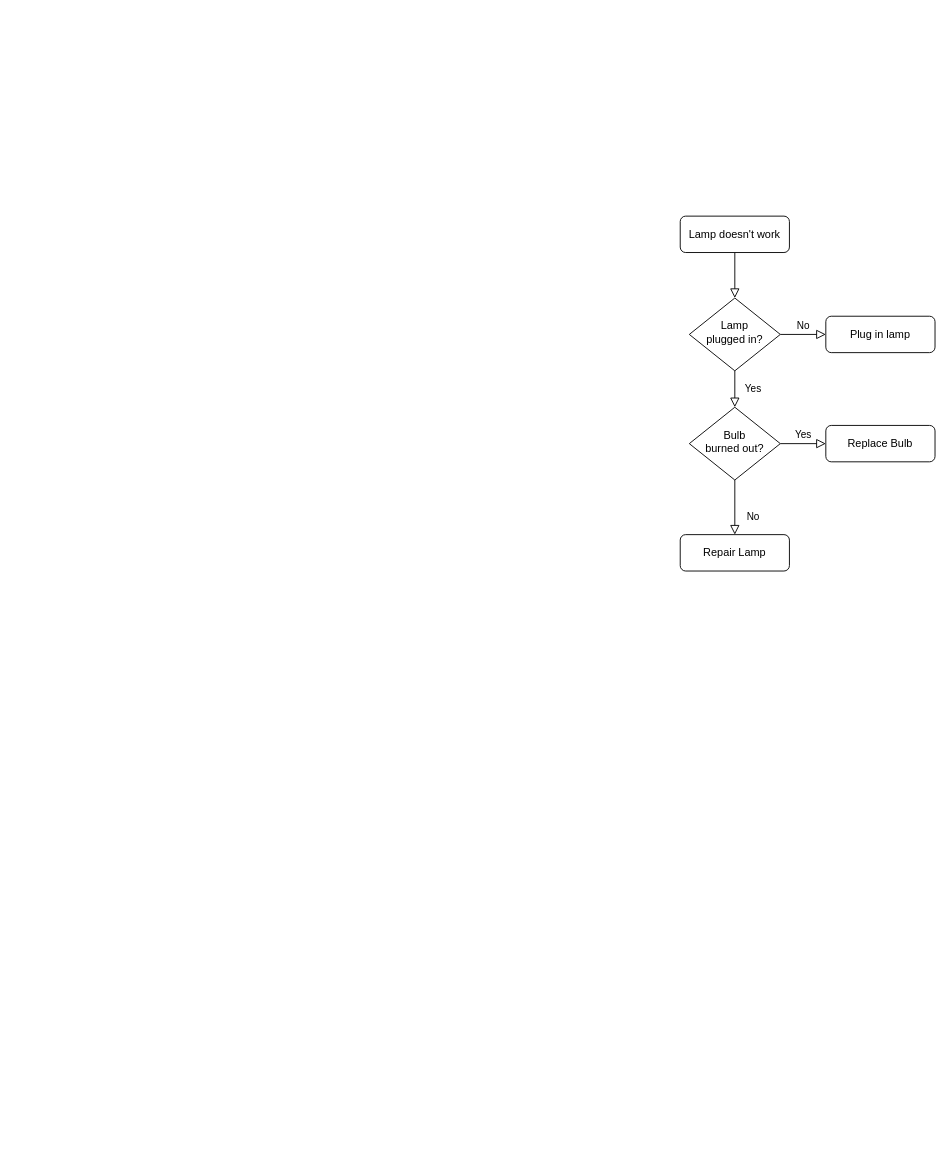
The draw.io diagram transdetail.drawio in Alphathur/diagram, before the edit. Source tidied: cells renumbered, new cells numbered last; positions are measured from the earlier drawing's top-left corner, leaving out a move shared by most shapes. Both pictures are drawn from the tidied source at 91%, with x=0, y=0 at pixel (680, 216).
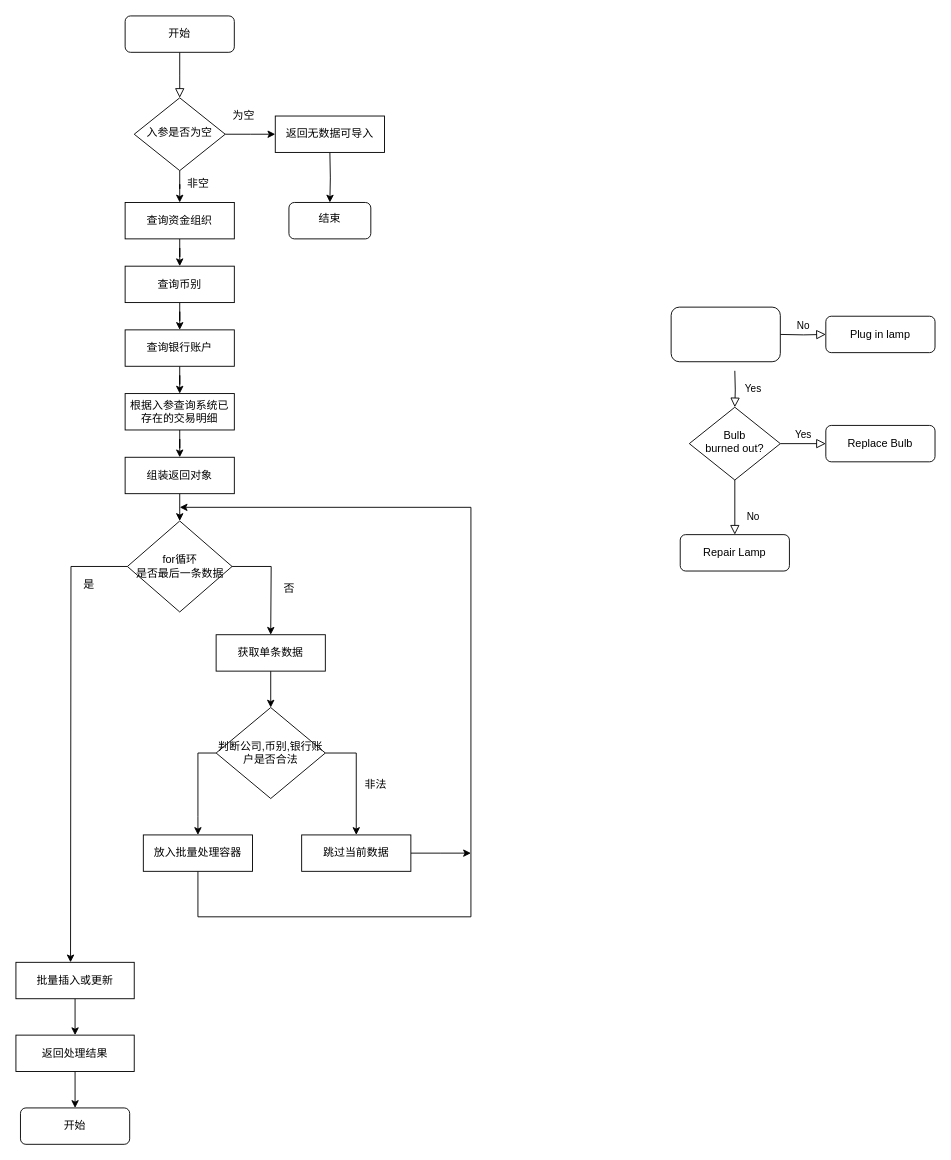
After the change.

Unchanged cells that the change refers to:
```xml
<mxCell id="7" value="Plug in lamp" style="rounded=1;whiteSpace=wrap;html=1;fontSize=12;glass=0;strokeWidth=1;shadow=0;" parent="1" vertex="1">
  <mxGeometry x="160" y="110" width="120" height="40" as="geometry" />
</mxCell>
<mxCell id="10" value="Bulb&lt;br&gt;burned out?" style="rhombus;whiteSpace=wrap;html=1;shadow=0;fontFamily=Helvetica;fontSize=12;align=center;strokeWidth=1;spacing=6;spacingTop=-4;" parent="1" vertex="1">
  <mxGeometry x="10" y="210" width="100" height="80" as="geometry" />
</mxCell>
```

Change to the diagram source:
```diff
@@
-    <mxCell id="2" style="rounded=0;html=1;jettySize=auto;fontSize=11;endArrow=block;endFill=0;endSize=8;strokeWidth=1;shadow=0;labelBackgroundColor=none;edgeStyle=orthogonalEdgeStyle;" parent="1" edge="1" source="3" target="6">
-      <mxGeometry relative="1" as="geometry" />
+    <mxCell id="2" style="rounded=0;html=1;jettySize=auto;fontSize=11;endArrow=block;endFill=0;endSize=8;strokeWidth=1;shadow=0;labelBackgroundColor=none;edgeStyle=orthogonalEdgeStyle;" parent="1" edge="1" source="3">
+      <mxGeometry relative="1" as="geometry">
+        <mxPoint x="-550" y="-130" as="targetPoint" />
+      </mxGeometry>
     </mxCell>
-    <mxCell id="3" value="Lamp doesn't work" style="rounded=1;whiteSpace=wrap;html=1;fontSize=12;glass=0;strokeWidth=1;shadow=0;" parent="1" vertex="1">
-      <mxGeometry width="120" height="40" as="geometry" />
+    <mxCell id="3" value="开始" style="rounded=1;whiteSpace=wrap;html=1;fontSize=12;glass=0;strokeWidth=1;shadow=0;" parent="1" vertex="1">
+      <mxGeometry x="-610" y="-220" width="120" height="40" as="geometry" />
     </mxCell>
-    <mxCell id="4" value="Yes" style="rounded=0;html=1;jettySize=auto;fontSize=11;endArrow=block;endFill=0;endSize=8;strokeWidth=1;shadow=0;labelBackgroundColor=none;edgeStyle=orthogonalEdgeStyle;" parent="1" edge="1" source="6" target="10">
-      <mxGeometry y="20" relative="1" as="geometry" />
+    <mxCell id="4" value="Yes" style="rounded=0;html=1;jettySize=auto;fontSize=11;endArrow=block;endFill=0;endSize=8;strokeWidth=1;shadow=0;labelBackgroundColor=none;edgeStyle=orthogonalEdgeStyle;" parent="1" edge="1" target="10">
+      <mxGeometry y="20" relative="1" as="geometry">
+        <mxPoint x="60" y="170" as="sourcePoint" />
+      </mxGeometry>
     </mxCell>
-    <mxCell id="5" value="No" style="edgeStyle=orthogonalEdgeStyle;rounded=0;html=1;jettySize=auto;fontSize=11;endArrow=block;endFill=0;endSize=8;strokeWidth=1;shadow=0;labelBackgroundColor=none;" parent="1" edge="1" source="6" target="7">
-      <mxGeometry y="10" relative="1" as="geometry" />
+    <mxCell id="5" value="No" style="edgeStyle=orthogonalEdgeStyle;rounded=0;html=1;jettySize=auto;fontSize=11;endArrow=block;endFill=0;endSize=8;strokeWidth=1;shadow=0;labelBackgroundColor=none;" parent="1" edge="1" target="7">
+      <mxGeometry y="10" relative="1" as="geometry">
+        <mxPoint x="110" y="130" as="sourcePoint" />
+      </mxGeometry>
     </mxCell>
-    <mxCell id="6" value="Lamp&lt;br&gt;plugged in?" style="rhombus;whiteSpace=wrap;html=1;shadow=0;fontFamily=Helvetica;fontSize=12;align=center;strokeWidth=1;spacing=6;spacingTop=-4;" parent="1" vertex="1">
-      <mxGeometry x="10" y="90" width="100" height="80" as="geometry" />
-    </mxCell>
@@
+    <mxCell id="13" style="rounded=1;whiteSpace=wrap;html=1;" parent="1" vertex="1">
+      <mxGeometry x="-10" y="100" width="120" height="60" as="geometry" />
+    </mxCell>
+    <mxCell id="14" style="edgeStyle=orthogonalEdgeStyle;rounded=0;jettySize=auto;html=1;" parent="1" edge="1" source="16">
+      <mxGeometry relative="1" as="geometry">
+        <mxPoint x="-445" y="-90" as="targetPoint" />
+      </mxGeometry>
+    </mxCell>
+    <mxCell id="15" style="edgeStyle=orthogonalEdgeStyle;rounded=0;jettySize=auto;html=1;entryX=0.5;entryY=0;entryDx=0;entryDy=0;" parent="1" edge="1" source="16" target="22">
+      <mxGeometry relative="1" as="geometry" />
+    </mxCell>
+    <mxCell id="16" value="入参是否为空" style="rhombus;whiteSpace=wrap;html=1;shadow=0;fontFamily=Helvetica;fontSize=12;align=center;strokeWidth=1;spacing=6;spacingTop=-4;" parent="1" vertex="1">
+      <mxGeometry x="-600" y="-130" width="100" height="80" as="geometry" />
+    </mxCell>
+    <mxCell id="17" value="非空" style="text;html=1;align=center;verticalAlign=middle;strokeColor=none;fillColor=none;" parent="1" vertex="1">
+      <mxGeometry x="-555" y="-50" width="50" height="30" as="geometry" />
+    </mxCell>
+    <mxCell id="18" style="edgeStyle=orthogonalEdgeStyle;rounded=0;jettySize=auto;html=1;" parent="1" edge="1" target="19">
+      <mxGeometry relative="1" as="geometry">
+        <mxPoint x="-385" y="-70" as="sourcePoint" />
+      </mxGeometry>
+    </mxCell>
+    <mxCell id="19" value="结束" style="rounded=1;whiteSpace=wrap;html=1;shadow=0;strokeWidth=1;spacing=6;spacingTop=-4;" parent="1" vertex="1">
+      <mxGeometry x="-430" y="-15" width="90" height="40" as="geometry" />
+    </mxCell>
+    <mxCell id="20" value="返回无数据可导入" style="rounded=0;whiteSpace=wrap;html=1;" parent="1" vertex="1">
+      <mxGeometry x="-445" y="-110" width="120" height="40" as="geometry" />
+    </mxCell>
+    <mxCell id="21" style="edgeStyle=orthogonalEdgeStyle;rounded=0;jettySize=auto;html=1;" parent="1" edge="1" source="22" target="25">
+      <mxGeometry relative="1" as="geometry" />
+    </mxCell>
+    <mxCell id="22" value="查询资金组织" style="rounded=0;whiteSpace=wrap;html=1;" parent="1" vertex="1">
+      <mxGeometry x="-610" y="-15" width="120" height="40" as="geometry" />
+    </mxCell>
+    <mxCell id="23" value="为空" style="text;html=1;align=center;verticalAlign=middle;strokeColor=none;fillColor=none;" parent="1" vertex="1">
+      <mxGeometry x="-505" y="-125" width="50" height="30" as="geometry" />
+    </mxCell>
+    <mxCell id="24" style="edgeStyle=orthogonalEdgeStyle;rounded=0;jettySize=auto;html=1;" parent="1" edge="1" source="25" target="27">
+      <mxGeometry relative="1" as="geometry" />
+    </mxCell>
+    <mxCell id="25" value="查询币别" style="rounded=0;whiteSpace=wrap;html=1;" parent="1" vertex="1">
+      <mxGeometry x="-610" y="55" width="120" height="40" as="geometry" />
+    </mxCell>
+    <mxCell id="26" style="edgeStyle=orthogonalEdgeStyle;rounded=0;jettySize=auto;html=1;" parent="1" edge="1" source="27" target="29">
+      <mxGeometry relative="1" as="geometry" />
+    </mxCell>
+    <mxCell id="27" value="查询银行账户" style="rounded=0;whiteSpace=wrap;html=1;" parent="1" vertex="1">
+      <mxGeometry x="-610" y="125" width="120" height="40" as="geometry" />
+    </mxCell>
+    <mxCell id="28" style="edgeStyle=orthogonalEdgeStyle;rounded=0;jettySize=auto;html=1;" parent="1" edge="1" source="29" target="31">
+      <mxGeometry relative="1" as="geometry" />
+    </mxCell>
+    <mxCell id="29" value="根据入参查询系统已存在的交易明细" style="rounded=0;whiteSpace=wrap;html=1;" parent="1" vertex="1">
+      <mxGeometry x="-610" y="195" width="120" height="40" as="geometry" />
+    </mxCell>
+    <mxCell id="30" style="edgeStyle=orthogonalEdgeStyle;rounded=0;jettySize=auto;html=1;" parent="1" edge="1" source="31">
+      <mxGeometry relative="1" as="geometry">
+        <mxPoint x="-550" y="335" as="targetPoint" />
+      </mxGeometry>
+    </mxCell>
+    <mxCell id="31" value="组装返回对象" style="rounded=0;whiteSpace=wrap;html=1;" parent="1" vertex="1">
+      <mxGeometry x="-610" y="265" width="120" height="40" as="geometry" />
+    </mxCell>
+    <mxCell id="32" style="edgeStyle=orthogonalEdgeStyle;rounded=0;jettySize=auto;html=1;" parent="1" edge="1" source="34">
+      <mxGeometry relative="1" as="geometry">
+        <mxPoint x="-450" y="460" as="targetPoint" />
+      </mxGeometry>
+    </mxCell>
+    <mxCell id="33" style="edgeStyle=orthogonalEdgeStyle;rounded=0;jettySize=auto;html=1;" parent="1" edge="1" source="34">
+      <mxGeometry relative="1" as="geometry">
+        <mxPoint x="-670" y="820" as="targetPoint" />
+      </mxGeometry>
+    </mxCell>
+    <mxCell id="34" value="for循环&lt;br&gt;是否最后一条数据" style="rhombus;whiteSpace=wrap;html=1;" parent="1" vertex="1">
+      <mxGeometry x="-607.5" y="335" width="115" height="100" as="geometry" />
+    </mxCell>
+    <mxCell id="35" style="edgeStyle=orthogonalEdgeStyle;rounded=0;jettySize=auto;html=1;" parent="1" edge="1" source="36" target="39">
+      <mxGeometry relative="1" as="geometry" />
+    </mxCell>
+    <mxCell id="36" value="获取单条数据" style="rounded=0;whiteSpace=wrap;html=1;" parent="1" vertex="1">
+      <mxGeometry x="-510" y="460" width="120" height="40" as="geometry" />
+    </mxCell>
+    <mxCell id="37" style="edgeStyle=orthogonalEdgeStyle;rounded=0;jettySize=auto;html=1;" parent="1" edge="1" source="39" target="41">
+      <mxGeometry relative="1" as="geometry">
+        <Array as="points">
+          <mxPoint x="-356" y="590" />
+        </Array>
+      </mxGeometry>
+    </mxCell>
+    <mxCell id="38" style="edgeStyle=orthogonalEdgeStyle;rounded=0;jettySize=auto;html=1;" parent="1" edge="1" source="39">
+      <mxGeometry relative="1" as="geometry">
+        <mxPoint x="-530" y="680" as="targetPoint" />
+      </mxGeometry>
+    </mxCell>
+    <mxCell id="39" value="判断公司,币别,银行账户是否合法" style="rhombus;whiteSpace=wrap;html=1;" parent="1" vertex="1">
+      <mxGeometry x="-510" y="540" width="120" height="100" as="geometry" />
+    </mxCell>
+    <mxCell id="40" style="edgeStyle=orthogonalEdgeStyle;rounded=0;jettySize=auto;html=1;" parent="1" edge="1" source="41">
+      <mxGeometry relative="1" as="geometry">
+        <mxPoint x="-230" y="700" as="targetPoint" />
+      </mxGeometry>
+    </mxCell>
+    <mxCell id="41" value="跳过当前数据" style="rounded=0;whiteSpace=wrap;html=1;" parent="1" vertex="1">
+      <mxGeometry x="-416" y="680" width="120" height="40" as="geometry" />
+    </mxCell>
+    <mxCell id="42" value="非法" style="text;html=1;align=center;verticalAlign=middle;strokeColor=none;fillColor=none;" parent="1" vertex="1">
+      <mxGeometry x="-360" y="610" width="50" height="30" as="geometry" />
+    </mxCell>
+    <mxCell id="43" style="edgeStyle=orthogonalEdgeStyle;rounded=0;jettySize=auto;html=1;" parent="1" edge="1" source="44">
+      <mxGeometry relative="1" as="geometry">
+        <mxPoint x="-550" y="320" as="targetPoint" />
+        <Array as="points">
+          <mxPoint x="-530" y="770" />
+          <mxPoint x="-230" y="770" />
+          <mxPoint x="-230" y="320" />
+        </Array>
+      </mxGeometry>
+    </mxCell>
+    <mxCell id="44" value="放入批量处理容器" style="rounded=0;whiteSpace=wrap;html=1;" parent="1" vertex="1">
+      <mxGeometry x="-590" y="680" width="120" height="40" as="geometry" />
+    </mxCell>
+    <mxCell id="45" value="否" style="text;html=1;align=center;verticalAlign=middle;strokeColor=none;fillColor=none;" parent="1" vertex="1">
+      <mxGeometry x="-450" y="395" width="40" height="30" as="geometry" />
+    </mxCell>
+    <mxCell id="46" value="是" style="text;html=1;align=center;verticalAlign=middle;strokeColor=none;fillColor=none;" parent="1" vertex="1">
+      <mxGeometry x="-670" y="390" width="40" height="30" as="geometry" />
+    </mxCell>
+    <mxCell id="47" style="edgeStyle=orthogonalEdgeStyle;rounded=0;jettySize=auto;html=1;" parent="1" edge="1" source="48" target="50">
+      <mxGeometry relative="1" as="geometry" />
+    </mxCell>
+    <mxCell id="48" value="批量插入或更新" style="rounded=0;whiteSpace=wrap;html=1;" parent="1" vertex="1">
+      <mxGeometry x="-730" y="820" width="130" height="40" as="geometry" />
+    </mxCell>
+    <mxCell id="49" style="edgeStyle=orthogonalEdgeStyle;rounded=0;jettySize=auto;html=1;" parent="1" edge="1" source="50" target="51">
+      <mxGeometry relative="1" as="geometry" />
+    </mxCell>
+    <mxCell id="50" value="返回处理结果" style="rounded=0;whiteSpace=wrap;html=1;" parent="1" vertex="1">
+      <mxGeometry x="-730" y="900" width="130" height="40" as="geometry" />
+    </mxCell>
+    <mxCell id="51" value="开始" style="rounded=1;whiteSpace=wrap;html=1;fontSize=12;glass=0;strokeWidth=1;shadow=0;" parent="1" vertex="1">
+      <mxGeometry x="-725" y="980" width="120" height="40" as="geometry" />
+    </mxCell>
```
